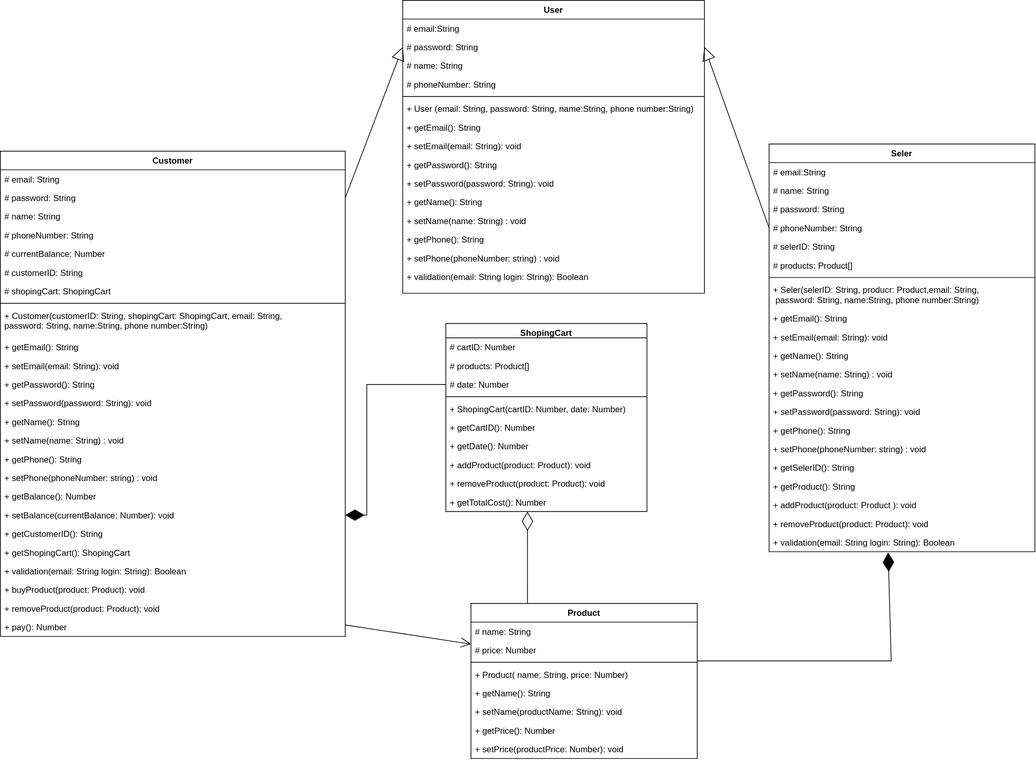
artemhoriuk1994/CV keeps this draw.io diagram as Untitled Diagram.drawio.svg. Above is the earlier version. Source tidied: cells renumbered, new cells last; positions are measured from the earlier drawing's top-left corner, leaving out a move shared by most shapes.
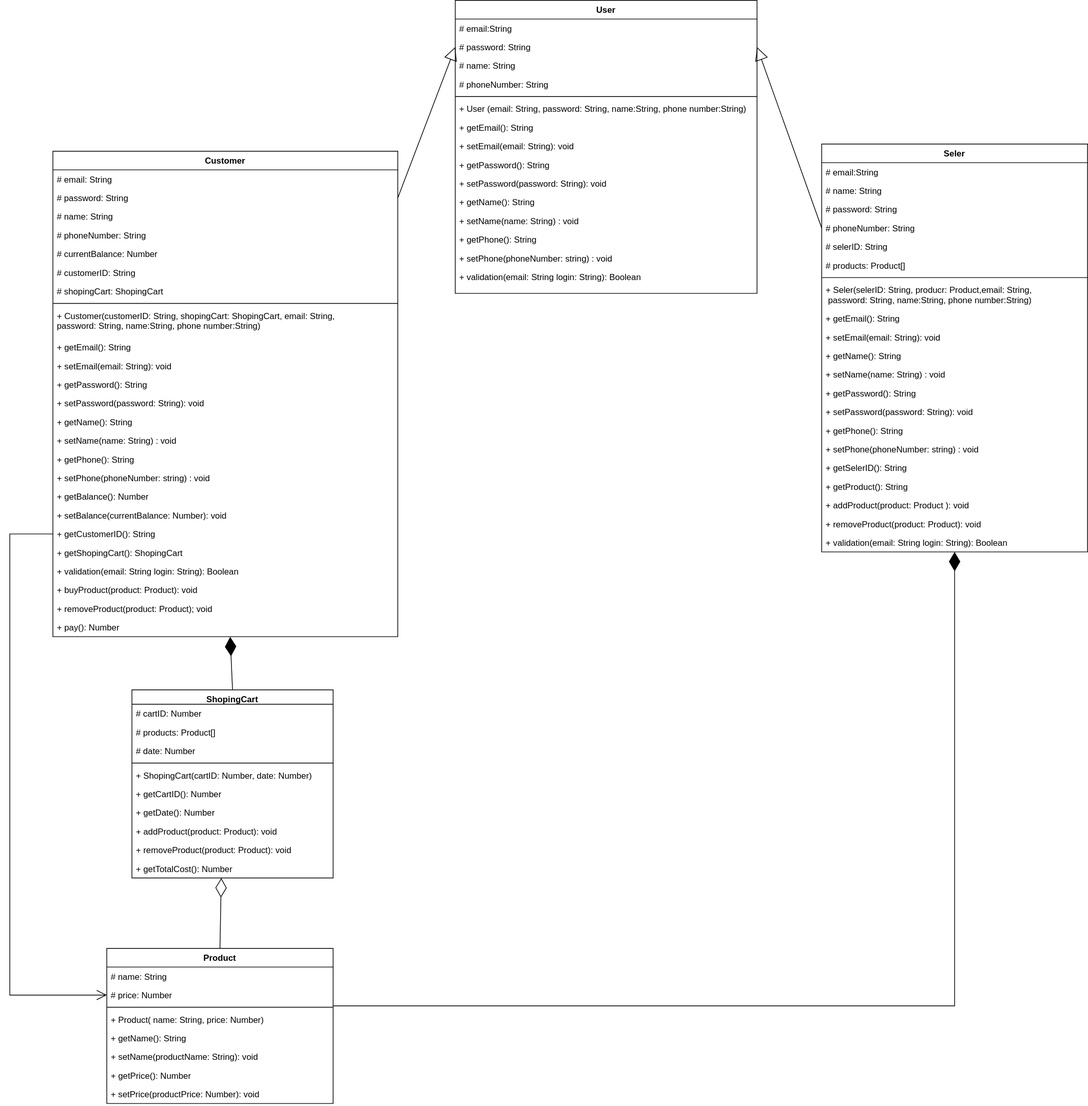
Later version of the same file.

What changed in the source:
```diff
@@ -129,7 +129,7 @@
       <mxGeometry y="650" width="480" height="26" as="geometry" />
     </mxCell>
     <mxCell id="44" value="Product" style="swimlane;fontStyle=1;align=center;verticalAlign=top;horizontal=1;startSize=26;" parent="1" vertex="1">
-      <mxGeometry x="655" y="840" width="315" height="216" as="geometry" />
+      <mxGeometry x="75" y="1320" width="315" height="216" as="geometry" />
     </mxCell>
     <mxCell id="45" value="# name: String" style="text;strokeColor=none;fillColor=none;align=left;verticalAlign=top;spacingLeft=4;spacingRight=4;overflow=hidden;" parent="44" vertex="1">
       <mxGeometry y="26" width="315" height="26" as="geometry" />
@@ -222,7 +222,7 @@
       <mxGeometry y="542" width="370" height="26" as="geometry" />
     </mxCell>
     <mxCell id="75" value="ShopingCart" style="swimlane;fontStyle=1;align=center;verticalAlign=top;horizontal=1;startSize=20;" parent="1" vertex="1">
-      <mxGeometry x="620" y="450" width="280" height="262" as="geometry" />
+      <mxGeometry x="110" y="960" width="280" height="262" as="geometry" />
     </mxCell>
     <mxCell id="76" value="# cartID: Number" style="text;strokeColor=none;fillColor=none;align=left;verticalAlign=top;spacingLeft=4;spacingRight=4;overflow=hidden;" parent="75" vertex="1">
       <mxGeometry y="20" width="280" height="26" as="geometry" />
@@ -260,30 +260,27 @@
     <mxCell id="87" value="Extends" style="endArrow=block;endSize=16;endFill=0;html=1;rounded=0;entryX=0;entryY=0.5;entryDx=0;entryDy=0;exitX=1;exitY=0.5;exitDx=0;exitDy=0;textOpacity=0;" parent="1" edge="1" source="20" target="4">
       <mxGeometry relative="1" as="geometry" />
     </mxCell>
-    <mxCell id="88" style="edgeStyle=orthogonalEdgeStyle;rounded=0;jettySize=auto;html=1;endArrow=diamondThin;endFill=1;endSize=24;strokeWidth=1;" parent="1" edge="1" target="37">
-      <mxGeometry relative="1" as="geometry">
-        <mxPoint x="620" y="535" as="sourcePoint" />
-        <Array as="points">
-          <mxPoint x="510" y="535" />
-          <mxPoint x="510" y="717" />
-        </Array>
-      </mxGeometry>
-    </mxCell>
-    <mxCell id="89" style="endArrow=diamondThin;endFill=1;endSize=24;html=1;rounded=0;entryX=0.448;entryY=1.044;entryDx=0;entryDy=0;entryPerimeter=0;" parent="1" edge="1" target="74">
-      <mxGeometry relative="1" as="geometry">
-        <mxPoint x="970" y="920" as="sourcePoint" />
-        <Array as="points">
-          <mxPoint x="1240" y="920" />
-        </Array>
-      </mxGeometry>
-    </mxCell>
+    <mxCell id="92" style="endArrow=diamondThin;endFill=1;endSize=24;html=1;rounded=0;exitX=0.5;exitY=0;exitDx=0;exitDy=0;entryX=0.514;entryY=1.014;entryDx=0;entryDy=0;entryPerimeter=0;" parent="1" edge="1" source="75" target="43">
+      <mxGeometry relative="1" as="geometry" />
+    </mxCell>
+    <mxCell id="93" style="endArrow=open;endFill=1;endSize=12;html=1;rounded=0;exitX=0;exitY=0.5;exitDx=0;exitDy=0;entryX=0;entryY=0.5;entryDx=0;entryDy=0;" parent="1" edge="1" source="38" target="46">
+      <mxGeometry relative="1" as="geometry">
+        <Array as="points">
+          <mxPoint x="-60" y="743" />
+          <mxPoint x="-60" y="1385" />
+        </Array>
+      </mxGeometry>
+    </mxCell>
+    <mxCell id="94" style="endArrow=diamondThin;endFill=1;endSize=24;html=1;rounded=0;" parent="1" edge="1" target="74">
+      <mxGeometry relative="1" as="geometry">
+        <mxPoint x="390" y="1400" as="sourcePoint" />
+        <Array as="points">
+          <mxPoint x="1255" y="1400" />
+        </Array>
+      </mxGeometry>
+    </mxCell>
-    <mxCell id="90" style="endArrow=diamondThin;endFill=0;endSize=24;html=1;rounded=0;exitX=0.25;exitY=0;exitDx=0;exitDy=0;entryX=0.406;entryY=1.005;entryDx=0;entryDy=0;entryPerimeter=0;" parent="1" edge="1" source="44" target="85">
+    <mxCell id="90" style="endArrow=diamondThin;endFill=0;endSize=24;html=1;rounded=0;exitX=0.5;exitY=0;exitDx=0;exitDy=0;entryX=0.444;entryY=1.008;entryDx=0;entryDy=0;entryPerimeter=0;" parent="1" edge="1" source="44" target="85">
       <mxGeometry relative="1" as="geometry" />
     </mxCell>
-    <mxCell id="91" style="endArrow=open;endFill=1;endSize=12;html=1;rounded=0;entryX=0;entryY=0.181;entryDx=0;entryDy=0;entryPerimeter=0;" parent="1" edge="1" target="46">
-      <mxGeometry relative="1" as="geometry">
-        <mxPoint x="480" y="870" as="sourcePoint" />
-      </mxGeometry>
-    </mxCell>
   </root>
 </mxGraphModel>
```
